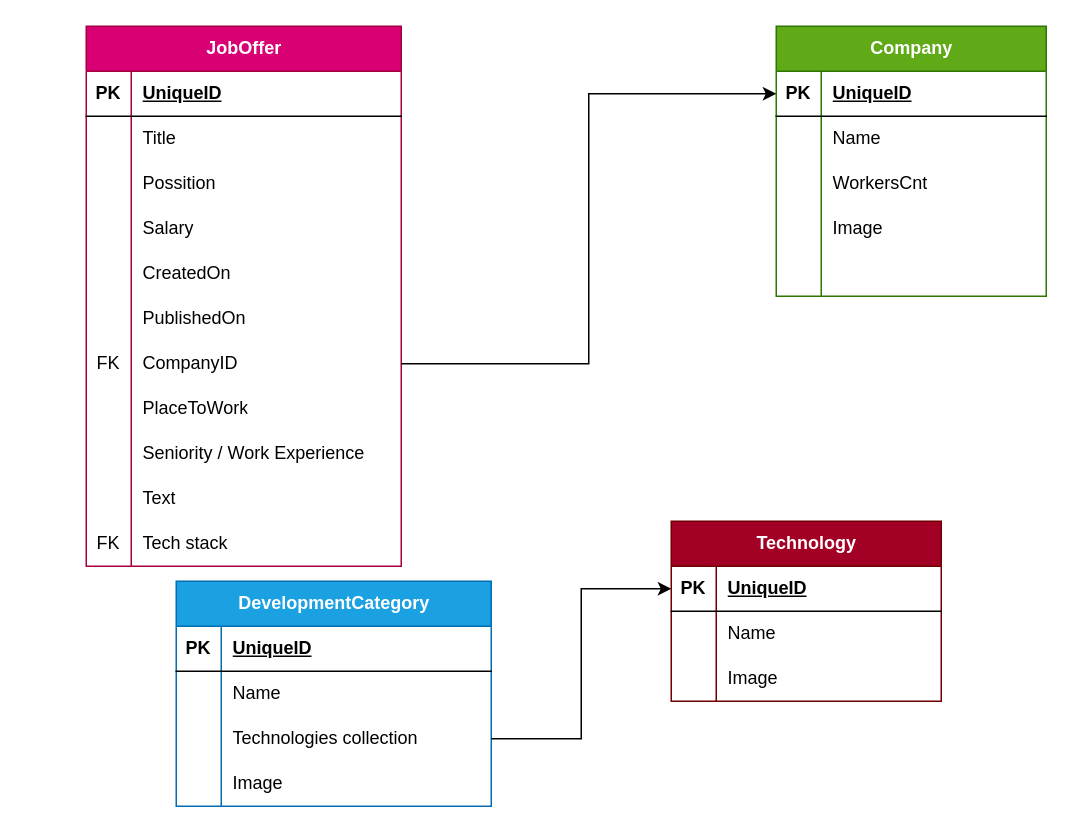
Earlier version of the draw.io diagram db diagram - scheme/Untitled Diagram.drawio (hristianivanov/ITJob-Finder-ASP.NET-MVC). Source tidied: cells renumbered, new cells numbered last; positions are measured from the earlier drawing's top-left corner, leaving out a move shared by most shapes. Both pictures are drawn from the tidied source at 150%, with x=0, y=0 at pixel (26, 26).
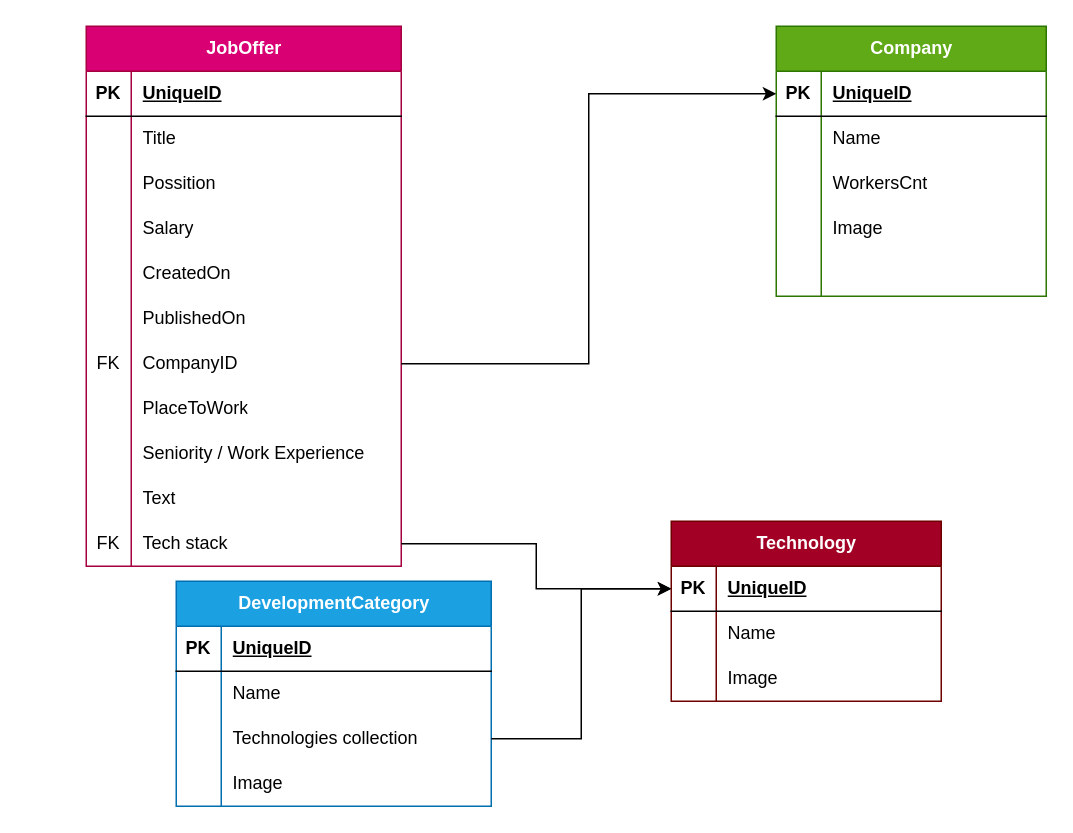
After the change.

Commit message:
Create start-up empty entity class  models

Unchanged cells that the change refers to:
```xml
<mxCell id="33" style="shape=tableRow;horizontal=0;startSize=0;swimlaneHead=0;swimlaneBody=0;fillColor=none;points=[[0,0.5],[1,0.5]];portConstraint=eastwest;top=0;left=0;right=0;bottom=0;" parent="2" vertex="1">
  <mxGeometry y="330" width="210" height="30" as="geometry" />
</mxCell>
<mxCell id="67" style="shape=tableRow;horizontal=0;startSize=0;swimlaneHead=0;swimlaneBody=0;fillColor=none;points=[[0,0.5],[1,0.5]];portConstraint=eastwest;top=0;left=0;right=0;bottom=1;" parent="66" vertex="1">
  <mxGeometry y="30" width="180" height="30" as="geometry" />
</mxCell>
```

Change to the diagram source:
```diff
@@
+    <mxCell id="78" style="edgeStyle=orthogonalEdgeStyle;rounded=0;jettySize=auto;html=1;entryX=0;entryY=0.5;entryDx=0;entryDy=0;" parent="1" edge="1" source="33" target="67">
+      <mxGeometry relative="1" as="geometry" />
+    </mxCell>
```
